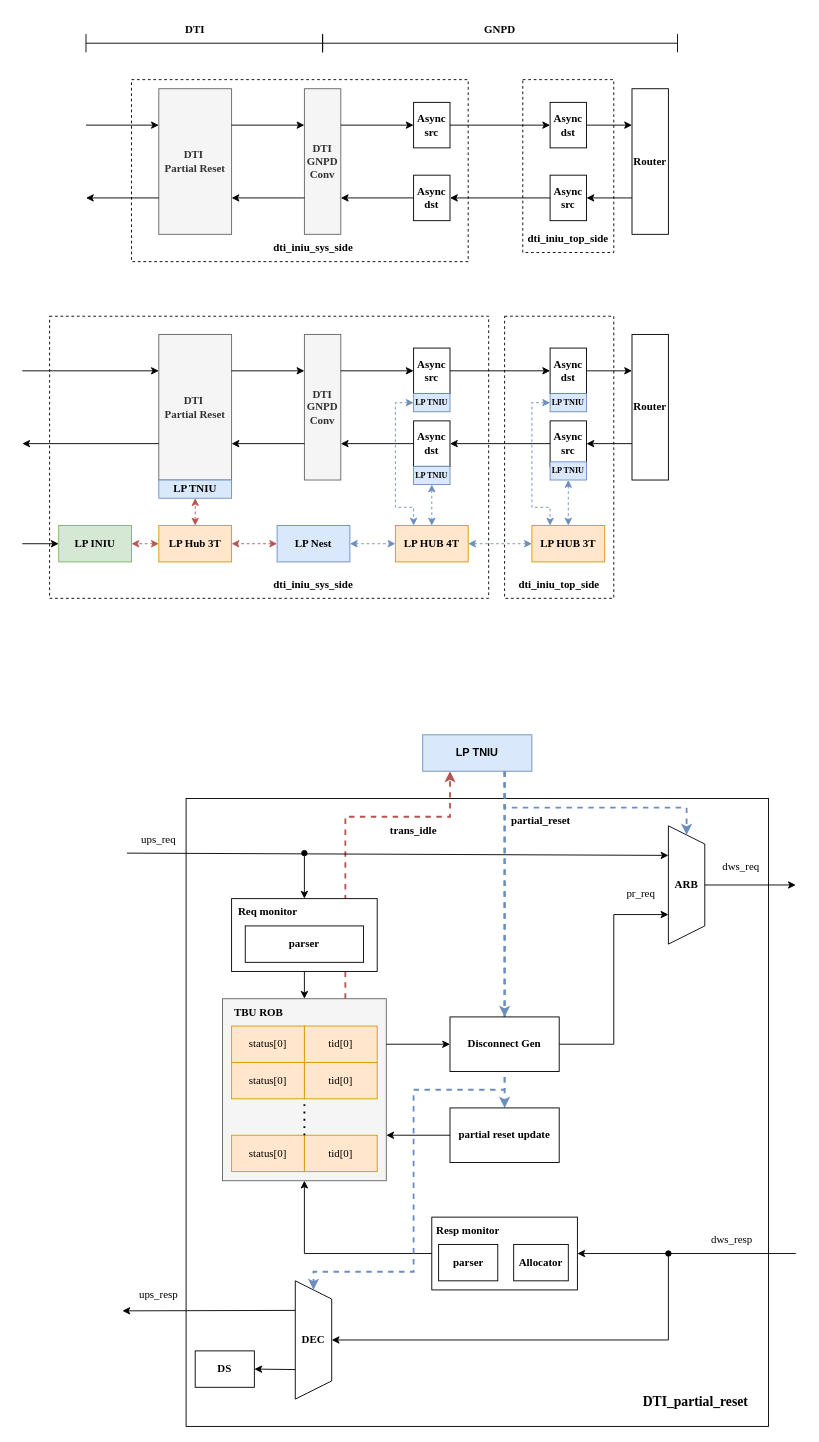
sanqi625/dti_noc keeps this draw.io diagram as page "dti iniu" (1 of 2) of doc/dti.drawio. Above is the earlier version. Source tidied: cells renumbered, new cells numbered last; positions are measured from the earlier drawing's top-left corner, leaving out a move shared by most shapes. Both pictures are drawn from the tidied source at 91%, with x=0, y=0 at pixel (22, 15).
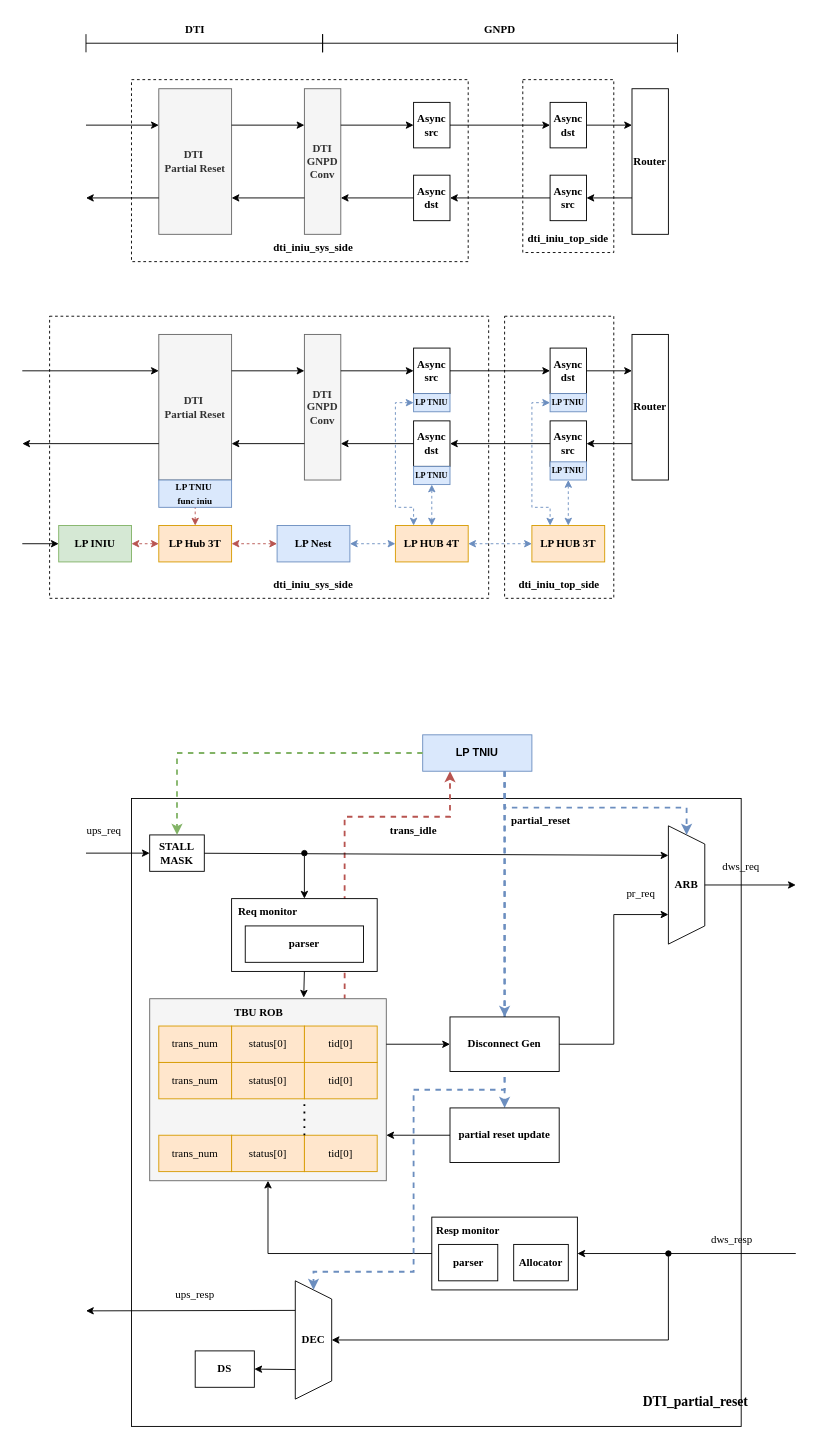
Above is the later version.

The change refers to these unchanged cells:
```xml
<mxCell id="71" value="LP TNIU" style="rounded=0;whiteSpace=wrap;html=1;fillColor=#dae8fc;strokeColor=#6c8ebf;fontStyle=1;" parent="1" vertex="1">
  <mxGeometry x="440" y="790" width="120" height="40" as="geometry" />
</mxCell>
<mxCell id="88" value="&lt;b&gt;ARB&lt;/b&gt;" style="shape=trapezoid;perimeter=trapezoidPerimeter;whiteSpace=wrap;html=1;fixedSize=1;direction=south;fontFamily=Times New Roman;" parent="1" vertex="1">
  <mxGeometry x="710" y="890" width="40" height="130" as="geometry" />
</mxCell>
<mxCell id="101" value="&lt;b&gt;DEC&lt;/b&gt;" style="shape=trapezoid;perimeter=trapezoidPerimeter;whiteSpace=wrap;html=1;fixedSize=1;direction=south;fontFamily=Times New Roman;" parent="1" vertex="1">
  <mxGeometry x="300" y="1390" width="40" height="130" as="geometry" />
</mxCell>
```

What changed in the source:
```diff
@@
     <mxCell id="2" style="rounded=0;whiteSpace=wrap;html=1;" parent="1" vertex="1">
-      <mxGeometry x="180" y="860" width="640" height="690" as="geometry" />
+      <mxGeometry x="120" y="860" width="670" height="690" as="geometry" />
     </mxCell>
-    <mxCell id="3" style="endArrow=classic;html=1;rounded=0;exitX=0.75;exitY=0;exitDx=0;exitDy=0;entryX=0.25;entryY=1;entryDx=0;entryDy=0;fillColor=#f8cecc;strokeColor=#b85450;dashed=1;edgeStyle=orthogonalEdgeStyle;strokeWidth=2;" parent="1" edge="1" source="72" target="71">
+    <mxCell id="3" style="endArrow=classic;html=1;rounded=0;exitX=0.824;exitY=0.007;exitDx=0;exitDy=0;entryX=0.25;entryY=1;entryDx=0;entryDy=0;fillColor=#f8cecc;strokeColor=#b85450;dashed=1;edgeStyle=orthogonalEdgeStyle;strokeWidth=2;exitPerimeter=0;" parent="1" edge="1" source="72" target="71">
       <mxGeometry relative="1" as="geometry">
         <Array as="points">
-          <mxPoint x="355" y="880" />
+          <mxPoint x="354" y="880" />
           <mxPoint x="470" y="880" />
         </Array>
       </mxGeometry>
     </mxCell>
@@
-    <mxCell id="58" value="LP TNIU" style="rounded=0;whiteSpace=wrap;html=1;fillColor=#dae8fc;strokeColor=#6c8ebf;fontFamily=Times New Roman;fontStyle=1;" parent="1" vertex="1">
-      <mxGeometry x="150" y="510" width="80" height="20" as="geometry" />
+    <mxCell id="58" value="&lt;font style=&quot;font-size: 10px;&quot;&gt;LP TNIU&amp;nbsp;&lt;/font&gt;&lt;div&gt;&lt;font style=&quot;font-size: 10px;&quot;&gt;func iniu&lt;/font&gt;&lt;/div&gt;" style="rounded=0;whiteSpace=wrap;html=1;fillColor=#dae8fc;strokeColor=#6c8ebf;fontFamily=Times New Roman;fontStyle=1;" parent="1" vertex="1">
+      <mxGeometry x="150" y="510" width="80" height="30" as="geometry" />
     </mxCell>
@@
     <mxCell id="72" style="rounded=0;whiteSpace=wrap;html=1;fillColor=#f5f5f5;strokeColor=#666666;fontColor=#333333;" parent="1" vertex="1">
-      <mxGeometry x="220" y="1080" width="180" height="200" as="geometry" />
+      <mxGeometry x="140" y="1080" width="260" height="200" as="geometry" />
     </mxCell>
@@
     <mxCell id="81" style="endArrow=classic;html=1;rounded=0;entryX=0.25;entryY=1;entryDx=0;entryDy=0;" parent="1" edge="1" target="88">
       <mxGeometry relative="1" as="geometry">
-        <mxPoint x="115" y="920" as="sourcePoint" />
+        <mxPoint x="170" y="920" as="sourcePoint" />
       </mxGeometry>
     </mxCell>
@@
-    <mxCell id="83" style="endArrow=classic;html=1;rounded=0;entryX=0.5;entryY=0;entryDx=0;entryDy=0;" parent="1" edge="1" target="72">
+    <mxCell id="83" style="endArrow=classic;html=1;rounded=0;entryX=0.651;entryY=-0.006;entryDx=0;entryDy=0;entryPerimeter=0;" parent="1" edge="1" target="72">
       <mxGeometry relative="1" as="geometry">
         <mxPoint x="310" y="1050" as="sourcePoint" />
       </mxGeometry>
     </mxCell>
@@
     <mxCell id="95" value="ups_req" style="text;html=1;align=center;verticalAlign=middle;whiteSpace=wrap;rounded=0;fontFamily=Times New Roman;" parent="1" vertex="1">
-      <mxGeometry x="120" y="890" width="60" height="30" as="geometry" />
+      <mxGeometry x="60" y="880" width="60" height="30" as="geometry" />
     </mxCell>
@@
     <mxCell id="103" style="endArrow=classic;html=1;rounded=0;exitX=0.25;exitY=1;exitDx=0;exitDy=0;" parent="1" edge="1" source="101">
       <mxGeometry relative="1" as="geometry">
-        <mxPoint x="110" y="1423" as="targetPoint" />
+        <mxPoint x="70" y="1423" as="targetPoint" />
       </mxGeometry>
     </mxCell>
@@
     <mxCell id="107" value="ups_resp" style="text;html=1;align=center;verticalAlign=middle;whiteSpace=wrap;rounded=0;fontFamily=Times New Roman;" parent="1" vertex="1">
-      <mxGeometry x="120" y="1390" width="60" height="30" as="geometry" />
+      <mxGeometry x="160" y="1390" width="60" height="30" as="geometry" />
     </mxCell>
@@
+    <mxCell id="117" value="&lt;b&gt;&lt;font face=&quot;Times New Roman&quot;&gt;STALL MASK&lt;/font&gt;&lt;/b&gt;" style="rounded=0;whiteSpace=wrap;html=1;" parent="1" vertex="1">
+      <mxGeometry x="140" y="900" width="60" height="40" as="geometry" />
+    </mxCell>
+    <mxCell id="118" style="endArrow=classic;html=1;rounded=0;entryX=0;entryY=0.5;entryDx=0;entryDy=0;" parent="1" edge="1" target="117">
+      <mxGeometry relative="1" as="geometry">
+        <mxPoint x="70" y="920" as="sourcePoint" />
+      </mxGeometry>
+    </mxCell>
+    <mxCell id="119" style="endArrow=classic;html=1;rounded=0;exitX=0;exitY=0.5;exitDx=0;exitDy=0;entryX=0.5;entryY=0;entryDx=0;entryDy=0;fillColor=#d5e8d4;strokeColor=#82b366;dashed=1;edgeStyle=orthogonalEdgeStyle;strokeWidth=2;" parent="1" edge="1" source="71" target="117">
+      <mxGeometry relative="1" as="geometry" />
+    </mxCell>
+    <mxCell id="120" value="trans_num" style="rounded=0;whiteSpace=wrap;html=1;fillColor=#ffe6cc;strokeColor=#d79b00;fontFamily=Times New Roman;" parent="1" vertex="1">
+      <mxGeometry x="150" y="1110" width="80" height="40" as="geometry" />
+    </mxCell>
+    <mxCell id="121" value="trans_num" style="rounded=0;whiteSpace=wrap;html=1;fillColor=#ffe6cc;strokeColor=#d79b00;fontFamily=Times New Roman;" parent="1" vertex="1">
+      <mxGeometry x="150" y="1150" width="80" height="40" as="geometry" />
+    </mxCell>
+    <mxCell id="122" value="trans_num" style="rounded=0;whiteSpace=wrap;html=1;fillColor=#ffe6cc;strokeColor=#d79b00;fontFamily=Times New Roman;" parent="1" vertex="1">
+      <mxGeometry x="150" y="1230" width="80" height="40" as="geometry" />
+    </mxCell>
```
